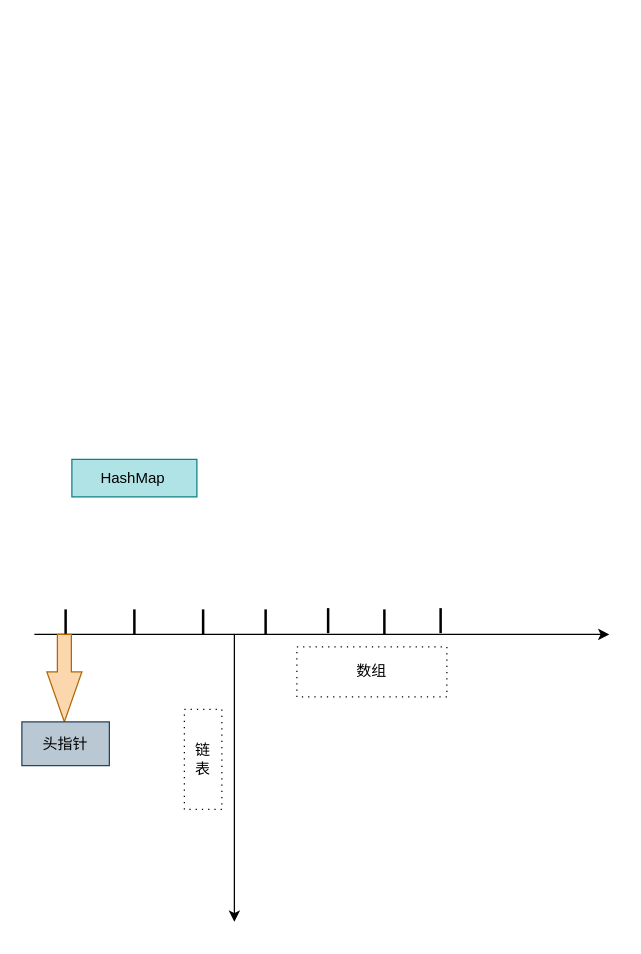
The draw.io diagram JUC/remove_底层.drawio in Wangdewei1/draw, before the edit. Source tidied: cells renumbered, new cells numbered last; positions are measured from the earlier drawing's top-left corner, leaving out a move shared by most shapes. Both pictures are drawn from the tidied source at 125%, with x=0, y=0 at pixel (21, 459).
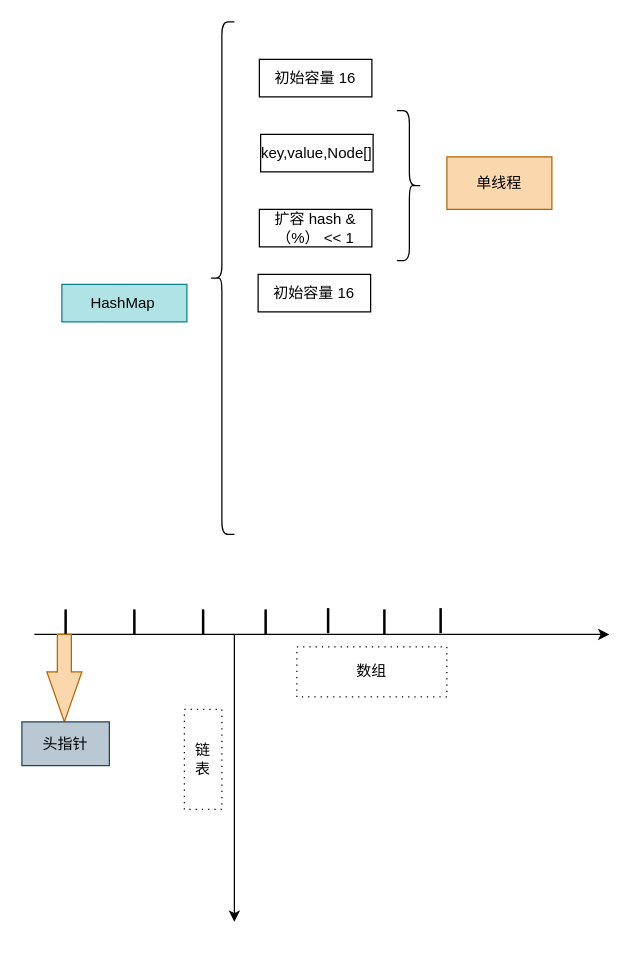
Above is the later version.

Change to the diagram source:
```diff
@@
     <mxCell id="5" value="HashMap&lt;span style=&quot;white-space: pre;&quot;&gt;&#9;&lt;/span&gt;" style="rounded=0;whiteSpace=wrap;html=1;fillColor=#b0e3e6;strokeColor=#0e8088;" parent="1" vertex="1">
-      <mxGeometry x="40" width="100" height="30" as="geometry" />
+      <mxGeometry x="32" y="-140" width="100" height="30" as="geometry" />
     </mxCell>
@@
+    <mxCell id="16" style="shape=curlyBracket;whiteSpace=wrap;html=1;rounded=1;labelPosition=left;verticalLabelPosition=middle;align=right;verticalAlign=middle;" parent="1" vertex="1">
+      <mxGeometry x="150" y="-350" width="20" height="410" as="geometry" />
+    </mxCell>
+    <mxCell id="17" value="扩容 hash &amp;amp; （%） &amp;lt;&amp;lt; 1" style="rounded=0;whiteSpace=wrap;html=1;" parent="1" vertex="1">
+      <mxGeometry x="190" y="-200" width="90" height="30" as="geometry" />
+    </mxCell>
+    <mxCell id="18" value="初始容量 16" style="rounded=0;whiteSpace=wrap;html=1;" parent="1" vertex="1">
+      <mxGeometry x="190" y="-320" width="90" height="30" as="geometry" />
+    </mxCell>
+    <mxCell id="19" value="key,value,Node[]" style="rounded=0;whiteSpace=wrap;html=1;" parent="1" vertex="1">
+      <mxGeometry x="191" y="-260" width="90" height="30" as="geometry" />
+    </mxCell>
+    <mxCell id="20" value="初始容量 16" style="rounded=0;whiteSpace=wrap;html=1;" parent="1" vertex="1">
+      <mxGeometry x="189" y="-148" width="90" height="30" as="geometry" />
+    </mxCell>
+    <mxCell id="21" value="单线程" style="rounded=0;whiteSpace=wrap;html=1;fillColor=#fad7ac;strokeColor=#b46504;" parent="1" vertex="1">
+      <mxGeometry x="340" y="-242" width="84" height="42" as="geometry" />
+    </mxCell>
+    <mxCell id="22" style="shape=curlyBracket;whiteSpace=wrap;html=1;rounded=1;flipH=1;labelPosition=right;verticalLabelPosition=middle;align=left;verticalAlign=middle;" parent="1" vertex="1">
+      <mxGeometry x="300" y="-279" width="20" height="120" as="geometry" />
+    </mxCell>
```
